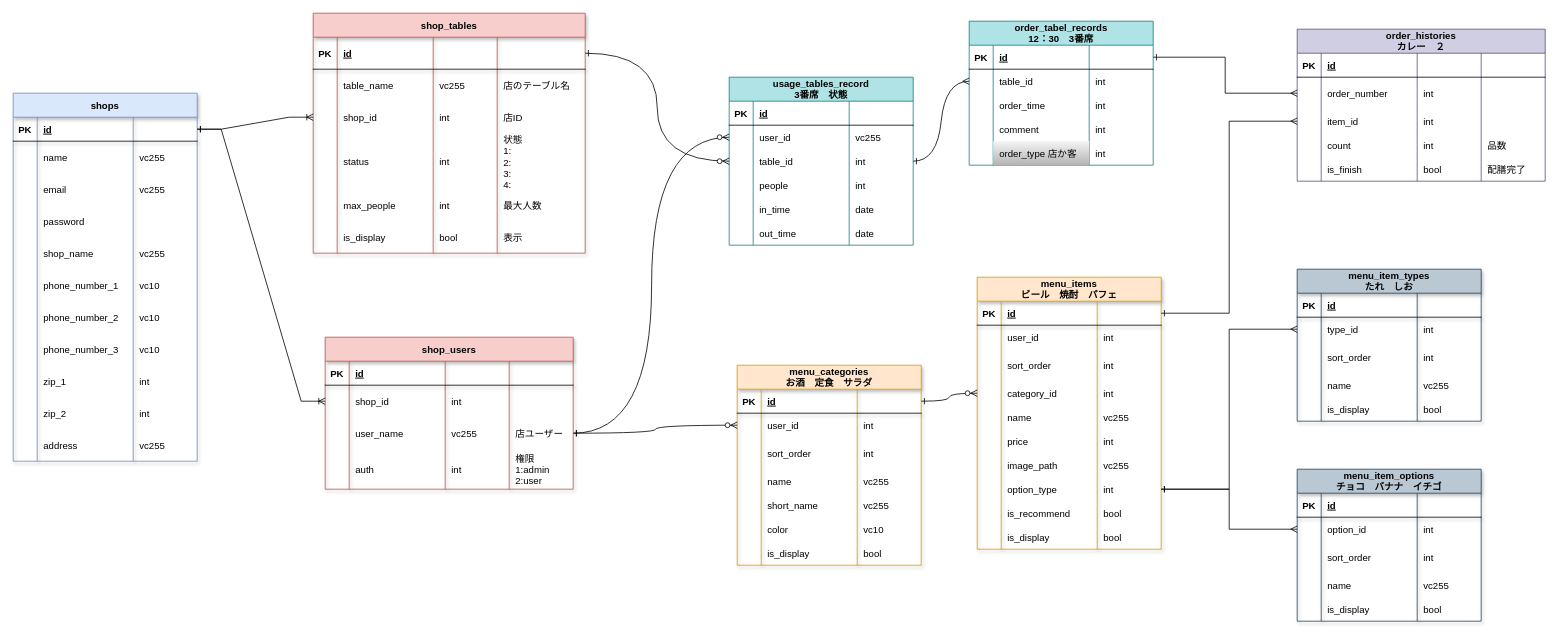
This is DB-ER.drawio from lafrin/haizen, a draw.io file, before an edit. Source tidied: cells renumbered, new cells numbered last; positions are measured from the earlier drawing's top-left corner, leaving out a move shared by most shapes. Both pictures are drawn from the tidied source at 80%, with x=0, y=0 at pixel (13, 13).
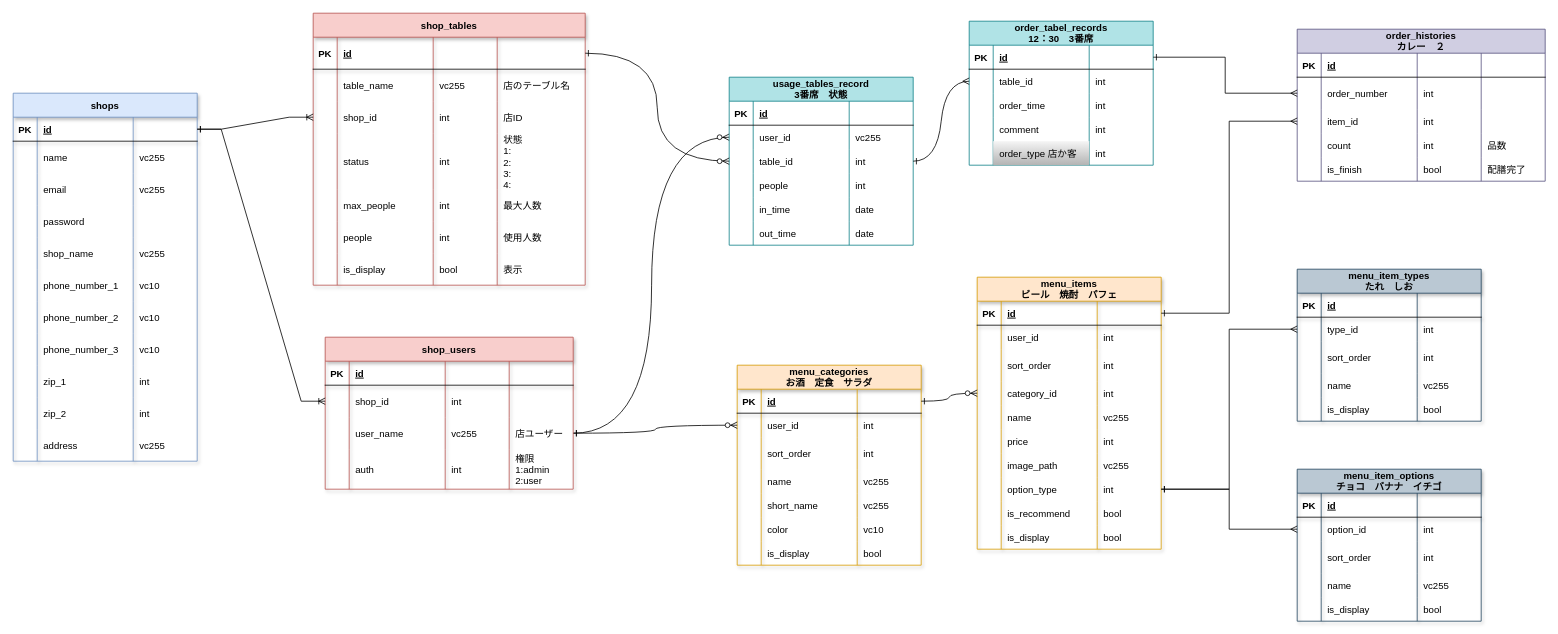
Above is the later version.

Commit message:
add:shop_tables people

Change to the diagram source:
```diff
@@
     <mxCell id="262" value="shop_tables" style="shape=table;startSize=30;childLayout=tableLayout;rowLines=0;fontStyle=1;align=center;shadow=1;fillColor=#f8cecc;strokeColor=#b85450;" parent="1" vertex="1">
-      <mxGeometry x="375" width="340" height="300" as="geometry" />
+      <mxGeometry x="375" width="340" height="340" as="geometry" />
     </mxCell>
@@
+    <mxCell id="295" style="shape=partialRectangle;fillColor=none;top=0;left=0;bottom=0;right=0;shadow=1;" parent="262" vertex="1">
+      <mxGeometry y="260" width="340" height="40" as="geometry" />
+    </mxCell>
+    <mxCell id="296" style="shape=partialRectangle;fillColor=none;top=0;left=0;bottom=0;right=0;overflow=hidden;shadow=1;" parent="295" vertex="1">
+      <mxGeometry width="30" height="40" as="geometry" />
+    </mxCell>
+    <mxCell id="297" value="people" style="shape=partialRectangle;fillColor=none;top=0;left=0;bottom=0;right=0;align=left;spacingLeft=6;overflow=hidden;shadow=1;" parent="295" vertex="1">
+      <mxGeometry x="30" width="120" height="40" as="geometry" />
+    </mxCell>
+    <mxCell id="298" value="int" style="shape=partialRectangle;fillColor=none;top=0;left=0;bottom=0;right=0;align=left;spacingLeft=6;overflow=hidden;shadow=1;" parent="295" vertex="1">
+      <mxGeometry x="150" width="80" height="40" as="geometry" />
+    </mxCell>
+    <mxCell id="299" value="使用人数" style="shape=partialRectangle;fillColor=none;top=0;left=0;bottom=0;right=0;align=left;spacingLeft=6;overflow=hidden;shadow=1;" parent="295" vertex="1">
+      <mxGeometry x="230" width="110" height="40" as="geometry" />
+    </mxCell>
     <mxCell id="288" style="shape=partialRectangle;fillColor=none;top=0;left=0;bottom=0;right=0;shadow=1;" parent="262" vertex="1">
-      <mxGeometry y="260" width="340" height="40" as="geometry" />
+      <mxGeometry y="300" width="340" height="40" as="geometry" />
     </mxCell>
```
